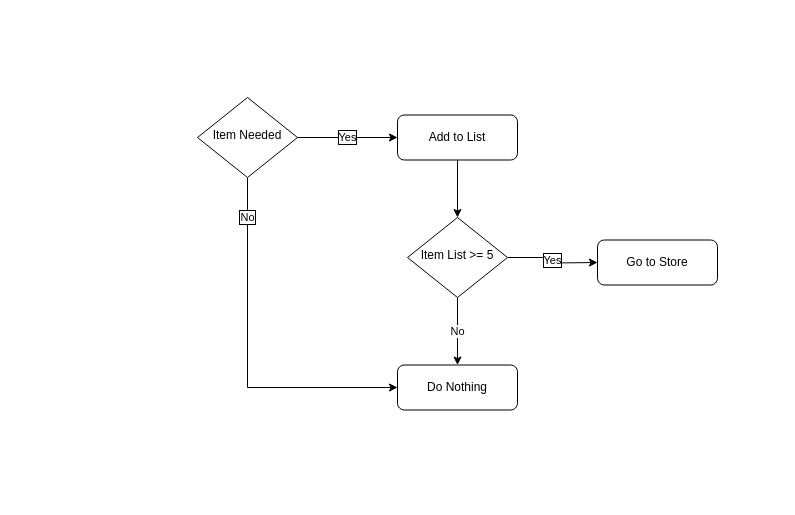
Jchisholm204/JChisholm keeps this draw.io diagram as page "Food" (3 of 6) of Comp Prog 12/Socks.drawio. Above is the earlier version. Source tidied: cells renumbered, new cells numbered last; positions are measured from the earlier drawing's top-left corner, leaving out a move shared by most shapes. Both pictures are drawn from the tidied source at 100%, with x=0, y=0 at pixel (197, 97).
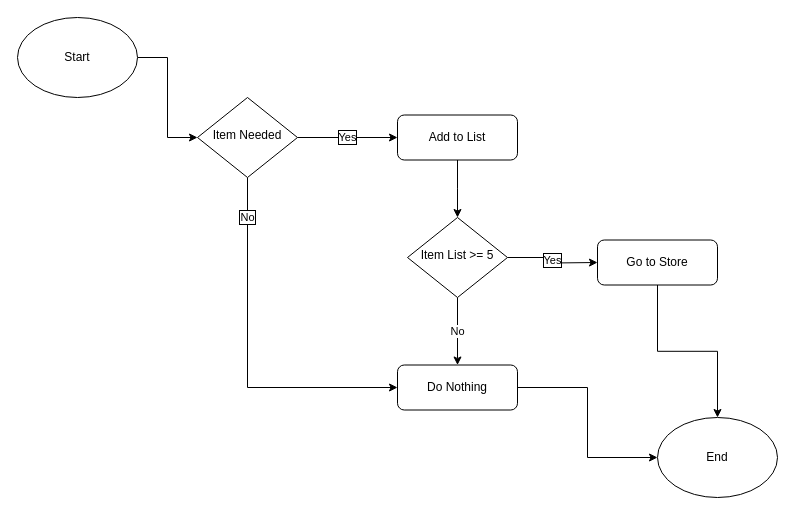
Above is the later version.

Diff of the diagram source:
```diff
@@
 <mxGraphModel>
   <root>
     <mxCell id="0" />
     <mxCell id="1" parent="0" />
     <mxCell id="2" value="Yes" style="edgeStyle=orthogonalEdgeStyle;rounded=0;jettySize=auto;html=1;exitX=1;exitY=0.5;exitDx=0;exitDy=0;entryX=0;entryY=0.5;entryDx=0;entryDy=0;labelBorderColor=#000000;" parent="1" edge="1" source="4" target="6">
       <mxGeometry relative="1" as="geometry" />
     </mxCell>
     <mxCell id="3" value="No" style="edgeStyle=orthogonalEdgeStyle;rounded=0;jettySize=auto;html=1;exitX=0.5;exitY=1;exitDx=0;exitDy=0;entryX=0;entryY=0.5;entryDx=0;entryDy=0;labelBorderColor=#000000;" parent="1" edge="1" source="4" target="9">
       <mxGeometry x="-0.78" relative="1" as="geometry" />
     </mxCell>
     <mxCell id="4" value="Item Needed" style="rhombus;whiteSpace=wrap;html=1;shadow=0;fontFamily=Helvetica;fontSize=12;align=center;strokeWidth=1;spacing=6;spacingTop=-4;" parent="1" vertex="1">
       <mxGeometry width="100" height="80" as="geometry" />
     </mxCell>
     <mxCell id="5" style="edgeStyle=orthogonalEdgeStyle;rounded=0;jettySize=auto;html=1;" parent="1" edge="1" source="6">
       <mxGeometry relative="1" as="geometry">
         <mxPoint x="260" y="120" as="targetPoint" />
       </mxGeometry>
     </mxCell>
     <mxCell id="6" value="Add to List" style="whiteSpace=wrap;html=1;rounded=1;shadow=0;strokeWidth=1;glass=0;" parent="1" vertex="1">
       <mxGeometry x="200" y="17.5" width="120" height="45" as="geometry" />
     </mxCell>
     <mxCell id="7" value="Yes" style="edgeStyle=orthogonalEdgeStyle;rounded=0;jettySize=auto;html=1;exitX=1;exitY=0.5;exitDx=0;exitDy=0;labelBorderColor=#000000;" parent="1" edge="1" source="11">
       <mxGeometry relative="1" as="geometry">
         <mxPoint x="400" y="165" as="targetPoint" />
       </mxGeometry>
     </mxCell>
     <mxCell id="8" value="No" style="edgeStyle=orthogonalEdgeStyle;rounded=0;jettySize=auto;html=1;exitX=0.5;exitY=1;exitDx=0;exitDy=0;" parent="1" edge="1" source="11" target="9">
       <mxGeometry relative="1" as="geometry" />
     </mxCell>
+    <mxCell id="12" style="edgeStyle=orthogonalEdgeStyle;rounded=0;jettySize=auto;html=1;exitX=1;exitY=0.5;exitDx=0;exitDy=0;entryX=0;entryY=0.5;entryDx=0;entryDy=0;fontColor=#000000;" parent="1" edge="1" source="9" target="16">
+      <mxGeometry relative="1" as="geometry" />
+    </mxCell>
     <mxCell id="9" value="Do Nothing" style="whiteSpace=wrap;html=1;rounded=1;shadow=0;strokeWidth=1;glass=0;" parent="1" vertex="1">
       <mxGeometry x="200" y="267.5" width="120" height="45" as="geometry" />
     </mxCell>
+    <mxCell id="13" style="edgeStyle=orthogonalEdgeStyle;rounded=0;jettySize=auto;html=1;exitX=0.5;exitY=1;exitDx=0;exitDy=0;fontColor=#000000;" parent="1" edge="1" source="10" target="16">
+      <mxGeometry relative="1" as="geometry" />
+    </mxCell>
     <mxCell id="10" value="Go to Store" style="whiteSpace=wrap;html=1;rounded=1;shadow=0;strokeWidth=1;glass=0;" parent="1" vertex="1">
       <mxGeometry x="400" y="142.5" width="120" height="45" as="geometry" />
     </mxCell>
     <mxCell id="11" value="Item List &amp;gt;= 5" style="rhombus;whiteSpace=wrap;html=1;shadow=0;fontFamily=Helvetica;fontSize=12;align=center;strokeWidth=1;spacing=6;spacingTop=-4;" parent="1" vertex="1">
       <mxGeometry x="210" y="120" width="100" height="80" as="geometry" />
     </mxCell>
+    <mxCell id="14" style="edgeStyle=orthogonalEdgeStyle;rounded=0;jettySize=auto;html=1;exitX=1;exitY=0.5;exitDx=0;exitDy=0;entryX=0;entryY=0.5;entryDx=0;entryDy=0;fontColor=#000000;" parent="1" edge="1" source="15" target="4">
+      <mxGeometry relative="1" as="geometry" />
+    </mxCell>
+    <mxCell id="15" value="Start" style="ellipse;whiteSpace=wrap;html=1;fontColor=#000000;" parent="1" vertex="1">
+      <mxGeometry x="-180" y="-80" width="120" height="80" as="geometry" />
+    </mxCell>
+    <mxCell id="16" value="End" style="ellipse;whiteSpace=wrap;html=1;fontColor=#000000;" parent="1" vertex="1">
+      <mxGeometry x="460" y="320" width="120" height="80" as="geometry" />
+    </mxCell>
   </root>
 </mxGraphModel>
```
